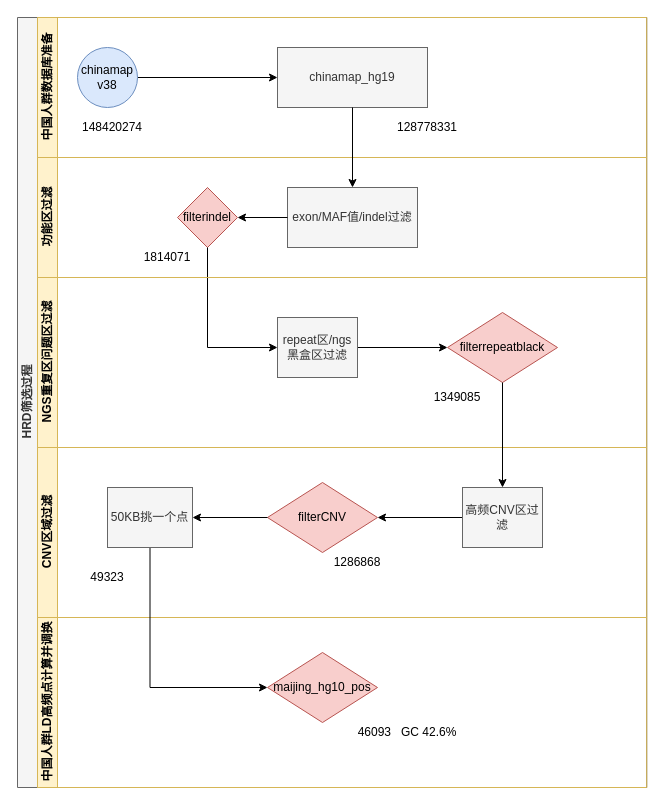
This is HRD_shaixuan_Diagram.drawio from kkshaxqd/pipline_contral, a draw.io file, before an edit. Source tidied: cells renumbered, new cells numbered last; positions are measured from the earlier drawing's top-left corner, leaving out a move shared by most shapes. Both pictures are drawn from the tidied source at 100%, with x=0, y=0 at pixel (17, 17).
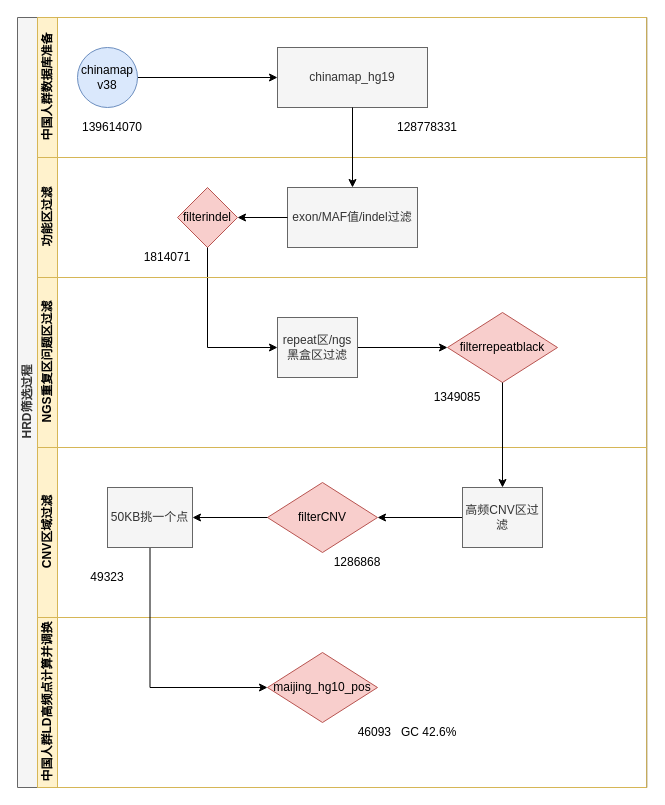
After the change.

The change refers to these unchanged cells:
```xml
<mxCell id="3" value="中国人群数据库准备" style="swimlane;html=1;startSize=20;horizontal=0;fillColor=#fff2cc;strokeColor=#d6b656;" parent="2" vertex="1">
  <mxGeometry x="20" width="609.2" height="140" as="geometry" />
</mxCell>
```

The edit, as a diff of the source:
```diff
@@
-    <mxCell id="7" value="148420274" style="text;html=1;strokeColor=none;fillColor=none;align=center;verticalAlign=middle;whiteSpace=wrap;rounded=0;" parent="3" vertex="1">
+    <mxCell id="7" value="139614070" style="text;html=1;strokeColor=none;fillColor=none;align=center;verticalAlign=middle;whiteSpace=wrap;rounded=0;" parent="3" vertex="1">
       <mxGeometry x="50" y="100" width="50" height="20" as="geometry" />
     </mxCell>
```
